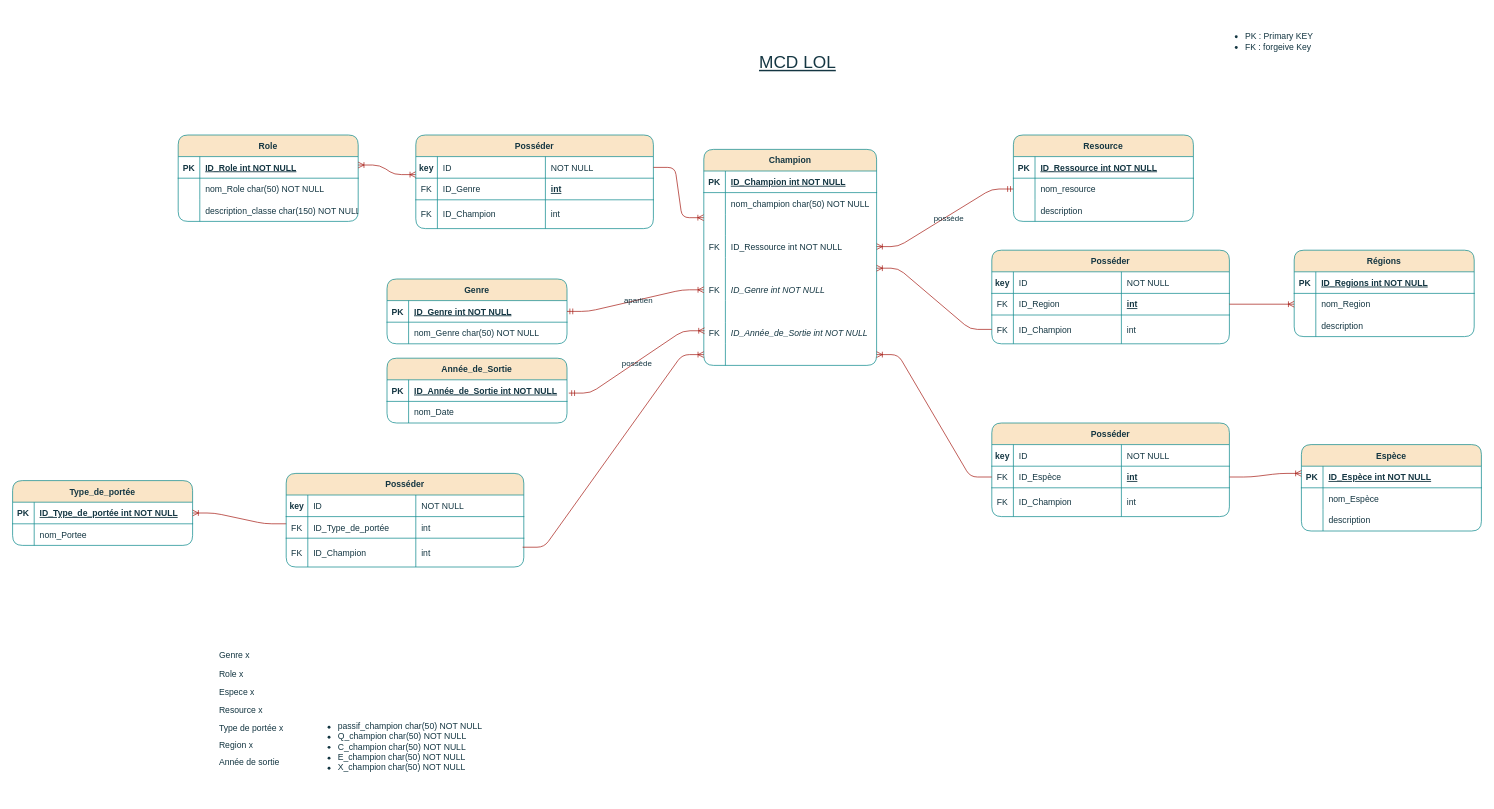
Above: MCD_LOLdle.drawio in CamilleSimon/BTS2-CIEL-IR-MCD-2024-2025 (draw.io), before the change. Source tidied: cells renumbered, new cells numbered last; positions are measured from the earlier drawing's top-left corner, leaving out a move shared by most shapes. Both pictures are drawn from the tidied source at 72%, with x=0, y=0 at pixel (12, 12).
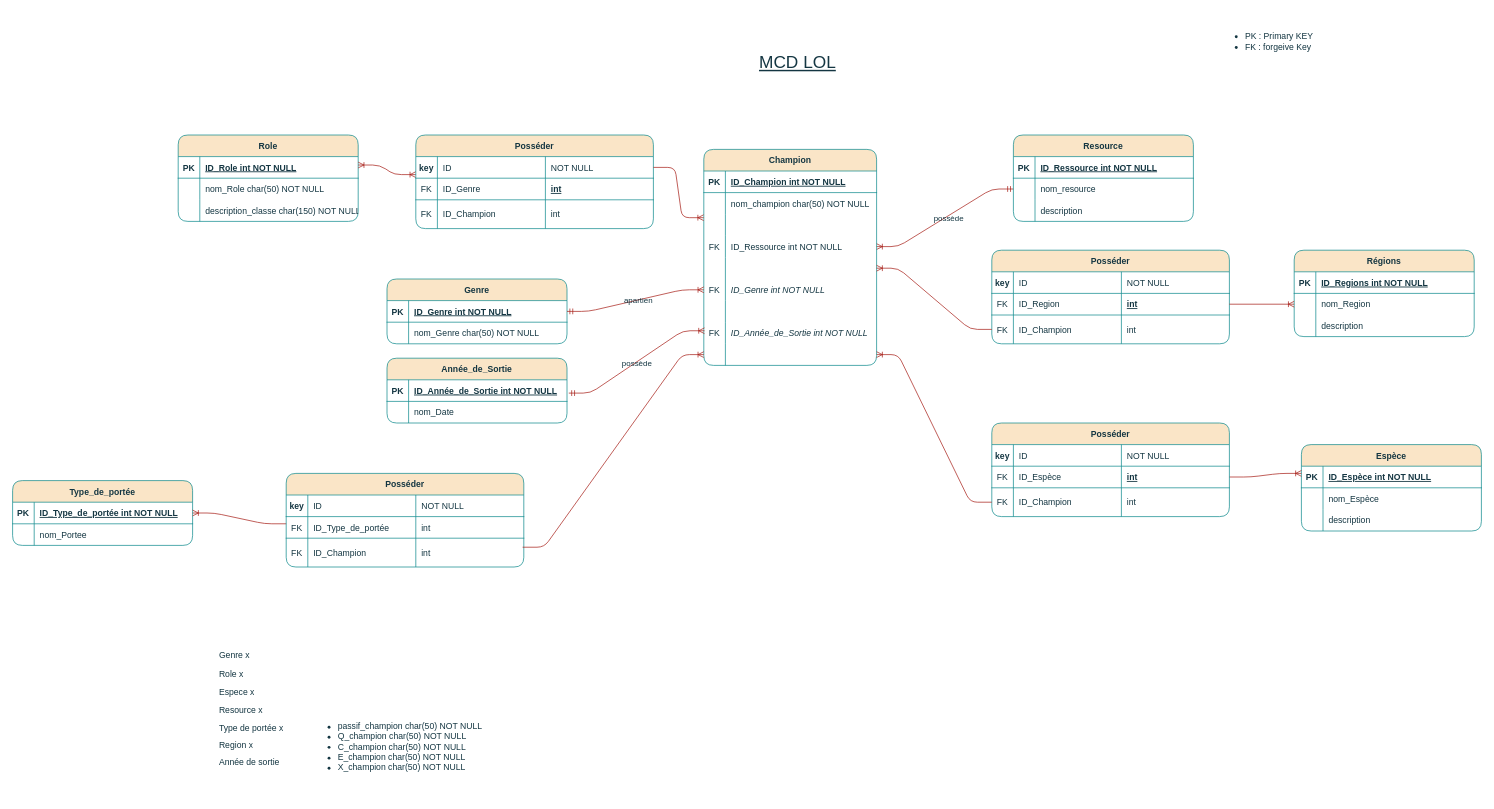
The same page after the edit.

Commit message (it also covers changes not shown here):
Mettre à jour MCD_LOLdle.drawio

Unchanged cells that the change refers to:
```xml
<mxCell id="39" style="shape=partialRectangle;fillColor=none;points=[[0,0.5],[1,0.5]];portConstraint=eastwest;top=0;left=0;right=0;bottom=0;rounded=1;labelBackgroundColor=none;strokeColor=#0F8B8D;fontColor=#143642;" parent="14" vertex="1">
  <mxGeometry y="270" width="240" height="30" as="geometry" />
</mxCell>
<mxCell id="157" style="shape=partialRectangle;fillColor=none;points=[[0,0.5],[1,0.5]];portConstraint=eastwest;top=0;left=0;right=0;bottom=1;rounded=1;labelBackgroundColor=none;strokeColor=#0F8B8D;fontColor=#143642;" parent="152" vertex="1">
  <mxGeometry y="60" width="330" height="30" as="geometry" />
</mxCell>
<mxCell id="161" style="shape=partialRectangle;fillColor=none;points=[[0,0.5],[1,0.5]];portConstraint=eastwest;top=0;left=0;right=0;bottom=0;rounded=1;labelBackgroundColor=none;strokeColor=#0F8B8D;fontColor=#143642;" parent="152" vertex="1">
  <mxGeometry y="90" width="330" height="40" as="geometry" />
</mxCell>
```

What changed in the source:
```diff
@@
-    <mxCell id="165" style="edgeStyle=entityRelationEdgeStyle;rounded=1;jettySize=auto;html=1;exitX=0;exitY=0.5;exitDx=0;exitDy=0;entryX=1;entryY=0.5;entryDx=0;entryDy=0;strokeColor=#A8201A;fontColor=#143642;fillColor=#FAE5C7;curved=0;endArrow=ERoneToMany;endFill=0;" parent="1" edge="1" source="157" target="39">
+    <mxCell id="165" style="edgeStyle=entityRelationEdgeStyle;rounded=1;jettySize=auto;html=1;exitX=0;exitY=0.5;exitDx=0;exitDy=0;entryX=1;entryY=0.5;entryDx=0;entryDy=0;strokeColor=#A8201A;fontColor=#143642;fillColor=#FAE5C7;curved=0;endArrow=ERoneToMany;endFill=0;" parent="1" edge="1" source="161" target="39">
       <mxGeometry relative="1" as="geometry" />
     </mxCell>
```
